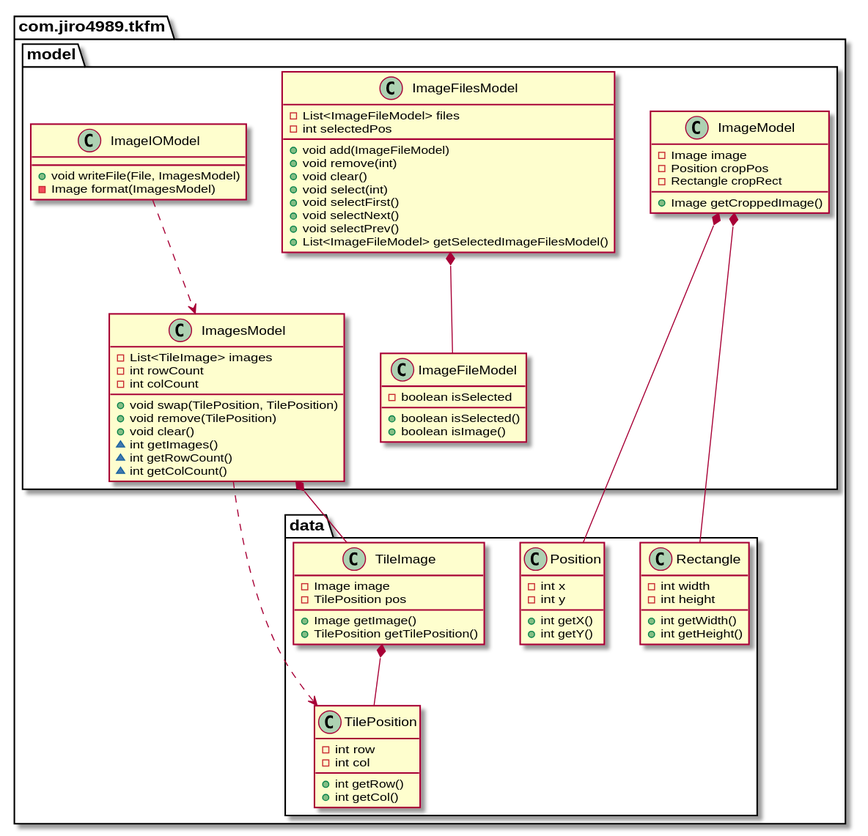
This is docs/classes.svg from jiro4989/TKoolFacetileMaker2, a PlantUML export, as it was before one commit. Its diagram source:
```plantuml
@startuml
package com.jiro4989.tkfm {

  package data {
    class Position {
      -int x
      -int y
      +int getX()
      +int getY()
    }

    class Rectangle {
      -int width
      -int height
      +int getWidth()
      +int getHeight()
    }

    class TileImage {
      -Image image
      -TilePosition pos
      +Image getImage()
      +TilePosition getTilePosition()
    }

    class TilePosition {
      -int row
      -int col

      +int getRow()
      +int getCol()
    }
  }

  package model {
    class ImageFileModel {
      -boolean isSelected

      +boolean isSelected()
      +boolean isImage()
    }

    class ImageFilesModel {
      -List<ImageFileModel> files
      -int selectedPos

      +void add(ImageFileModel)
      +void remove(int)
      +void clear()
      +void select(int)
      +void selectFirst()
      +void selectNext()
      +void selectPrev()
      +List<ImageFileModel> getSelectedImageFilesModel()
    }

    class ImageModel {
      -Image image
      -Position cropPos
      -Rectangle cropRect
      +Image getCroppedImage()
    }

    class ImagesModel {
      -List<TileImage> images
      -int rowCount
      -int colCount

      +void swap(TilePosition, TilePosition)
      +void remove(TilePosition)
      +void clear()
      ~int getImages()
      ~int getRowCount()
      ~int getColCount()
    }

    class ImageIOModel {
      +void writeFile(File, ImagesModel)
      -Image format(ImagesModel)
    }
  }
}

ImageFilesModel *-- ImageFileModel
ImageModel *-- Position
ImageModel *-- Rectangle
ImagesModel *-- TileImage
ImagesModel ..> TilePosition
TileImage *-- TilePosition
ImageIOModel ..> ImagesModel
@enduml
```
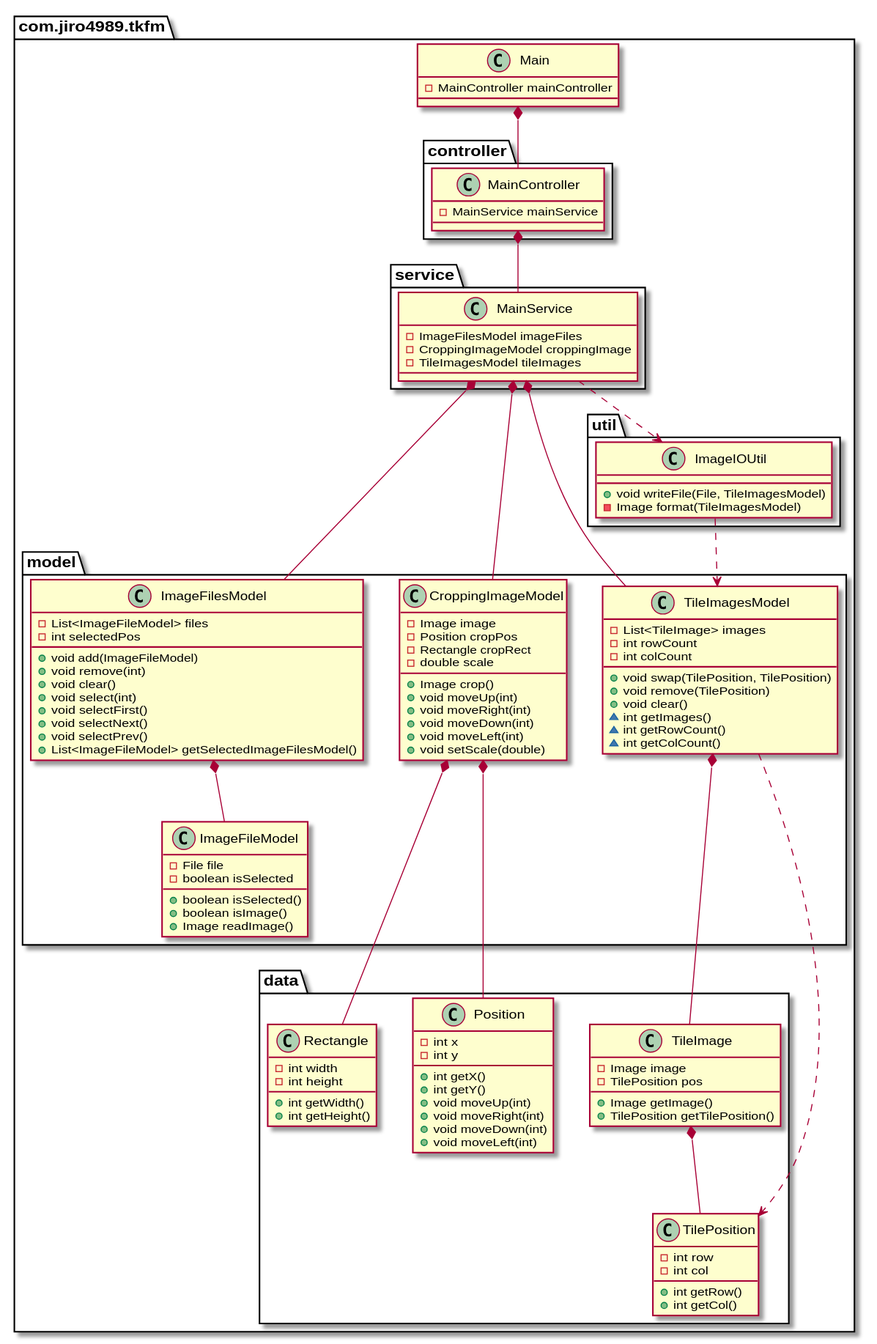
Later version of the same file.

Diff of the diagram source:
```diff
@@ -1,5 +1,22 @@
 @startuml
 package com.jiro4989.tkfm {
+  class Main {
+    -MainController mainController
+  }
+
+  package controller {
+    class MainController {
+      -MainService mainService
+    }
+  }
+
+  package service {
+    class MainService {
+      -ImageFilesModel imageFiles
+      -CroppingImageModel croppingImage
+      -TileImagesModel tileImages
+    }
+  }
 
   package data {
     class Position {
@@ -7,6 +24,10 @@
       -int y
       +int getX()
       +int getY()
+      +void moveUp(int)
+      +void moveRight(int)
+      +void moveDown(int)
+      +void moveLeft(int)
     }
 
     class Rectangle {
@@ -34,10 +55,12 @@
 
   package model {
     class ImageFileModel {
+      -File file
       -boolean isSelected
 
       +boolean isSelected()
       +boolean isImage()
+      +Image readImage()
     }
 
     class ImageFilesModel {
@@ -54,14 +77,21 @@
       +List<ImageFileModel> getSelectedImageFilesModel()
     }
 
-    class ImageModel {
+    class CroppingImageModel {
       -Image image
       -Position cropPos
       -Rectangle cropRect
-      +Image getCroppedImage()
+      -double scale
+
+      +Image crop()
+      +void moveUp(int)
+      +void moveRight(int)
+      +void moveDown(int)
+      +void moveLeft(int)
+      +void setScale(double)
     }
 
-    class ImagesModel {
+    class TileImagesModel {
       -List<TileImage> images
       -int rowCount
       -int colCount
@@ -73,19 +103,36 @@
       ~int getRowCount()
       ~int getColCount()
     }
+  }
 
-    class ImageIOModel {
-      +void writeFile(File, ImagesModel)
-      -Image format(ImagesModel)
+  package util {
+    class ImageIOUtil {
+      +void writeFile(File, TileImagesModel)
+      -Image format(TileImagesModel)
     }
   }
 }
 
+Main *-- MainController
+
+MainController *-- MainService
+
+MainService *-- ImageFilesModel
+MainService *-- CroppingImageModel
+MainService *-- TileImagesModel
+MainService ..> ImageIOUtil
+
 ImageFilesModel *-- ImageFileModel
-ImageModel *-- Position
-ImageModel *-- Rectangle
-ImagesModel *-- TileImage
-ImagesModel ..> TilePosition
+
+CroppingImageModel *-- Position
+CroppingImageModel *-- Rectangle
+
+TileImagesModel *-- TileImage
+TileImagesModel ..> TilePosition
+
+ImageIOUtil ..> TileImagesModel
+
 TileImage *-- TilePosition
-ImageIOModel ..> ImagesModel
+
+ImageFileModel -[hidden]down- Rectangle
 @enduml
```
